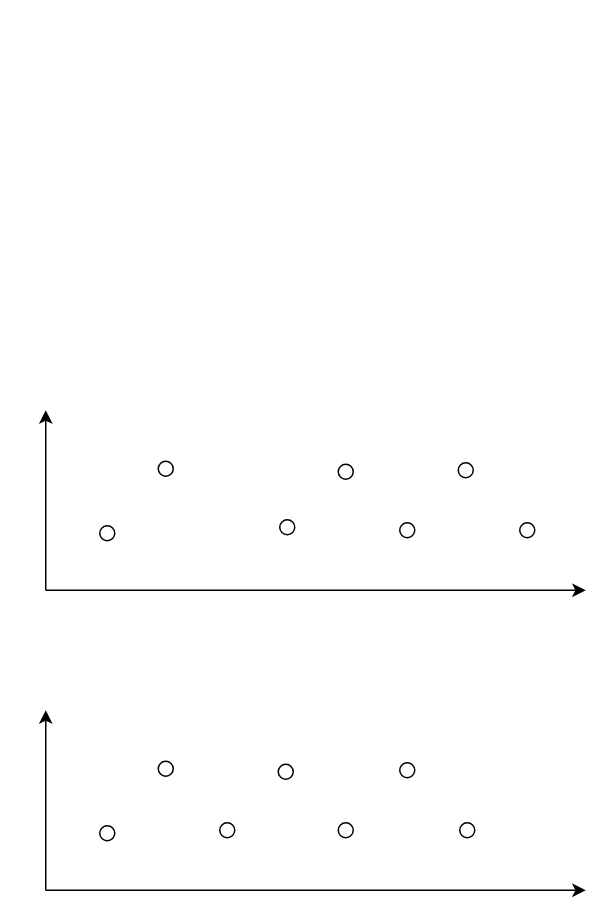
Earlier version of the draw.io diagram compare.drawio (Rwatana/Rwatana.github.io). Source tidied: cells renumbered, new cells numbered last; positions are measured from the earlier drawing's top-left corner, leaving out a move shared by most shapes. Both pictures are drawn from the tidied source at 150%, with x=0, y=0 at pixel (45, 410).
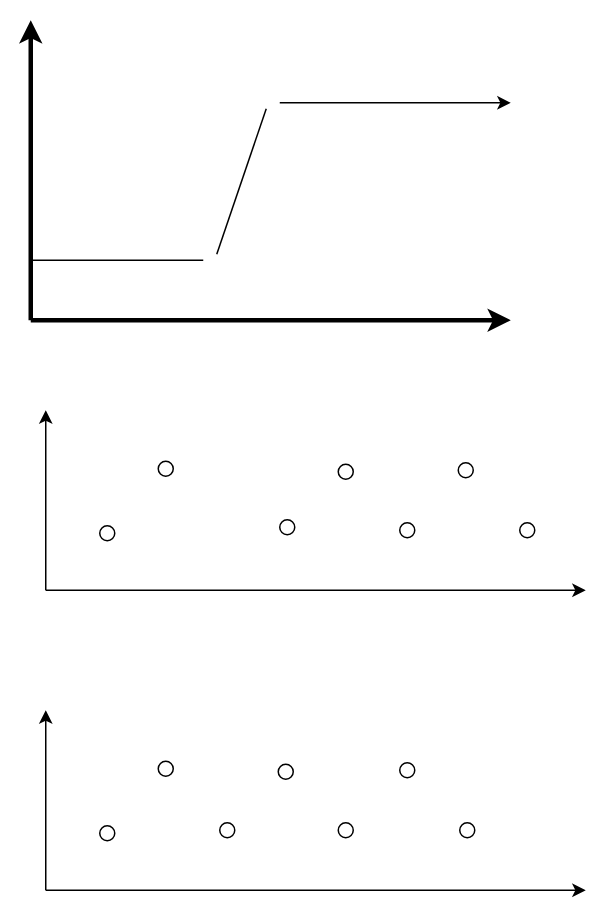
After the change.

Commit message (it also covers changes not shown here):
compare.drawio を更新します

The edit, as a diff of the source:
```diff
@@
+    <mxCell id="20" style="endArrow=classic;html=1;rounded=0;strokeWidth=3;" parent="1" edge="1">
+      <mxGeometry relative="1" as="geometry">
+        <mxPoint x="-10" y="-60" as="sourcePoint" />
+        <mxPoint x="310" y="-60" as="targetPoint" />
+      </mxGeometry>
+    </mxCell>
+    <mxCell id="21" style="endArrow=classic;html=1;rounded=0;strokeWidth=3;" parent="1" edge="1">
+      <mxGeometry relative="1" as="geometry">
+        <mxPoint x="-10" y="-60" as="sourcePoint" />
+        <mxPoint x="-10" y="-260" as="targetPoint" />
+      </mxGeometry>
+    </mxCell>
+    <mxCell id="22" style="endArrow=none;html=1;rounded=0;exitX=1;exitY=0;exitDx=0;exitDy=0;entryX=0;entryY=1;entryDx=0;entryDy=0;" parent="1" edge="1">
+      <mxGeometry relative="1" as="geometry">
+        <mxPoint x="114" y="-104" as="sourcePoint" />
+        <mxPoint x="147" y="-201" as="targetPoint" />
+      </mxGeometry>
+    </mxCell>
+    <mxCell id="23" style="endArrow=none;html=1;rounded=0;entryX=0;entryY=0.5;entryDx=0;entryDy=0;" parent="1" edge="1">
+      <mxGeometry relative="1" as="geometry">
+        <mxPoint x="-10" y="-100" as="sourcePoint" />
+        <mxPoint x="105" y="-100" as="targetPoint" />
+      </mxGeometry>
+    </mxCell>
+    <mxCell id="24" style="endArrow=classic;html=1;rounded=0;exitX=1;exitY=0.5;exitDx=0;exitDy=0;" parent="1" edge="1">
+      <mxGeometry relative="1" as="geometry">
+        <mxPoint x="156" y="-205" as="sourcePoint" />
+        <mxPoint x="310" y="-205" as="targetPoint" />
+      </mxGeometry>
+    </mxCell>
```
